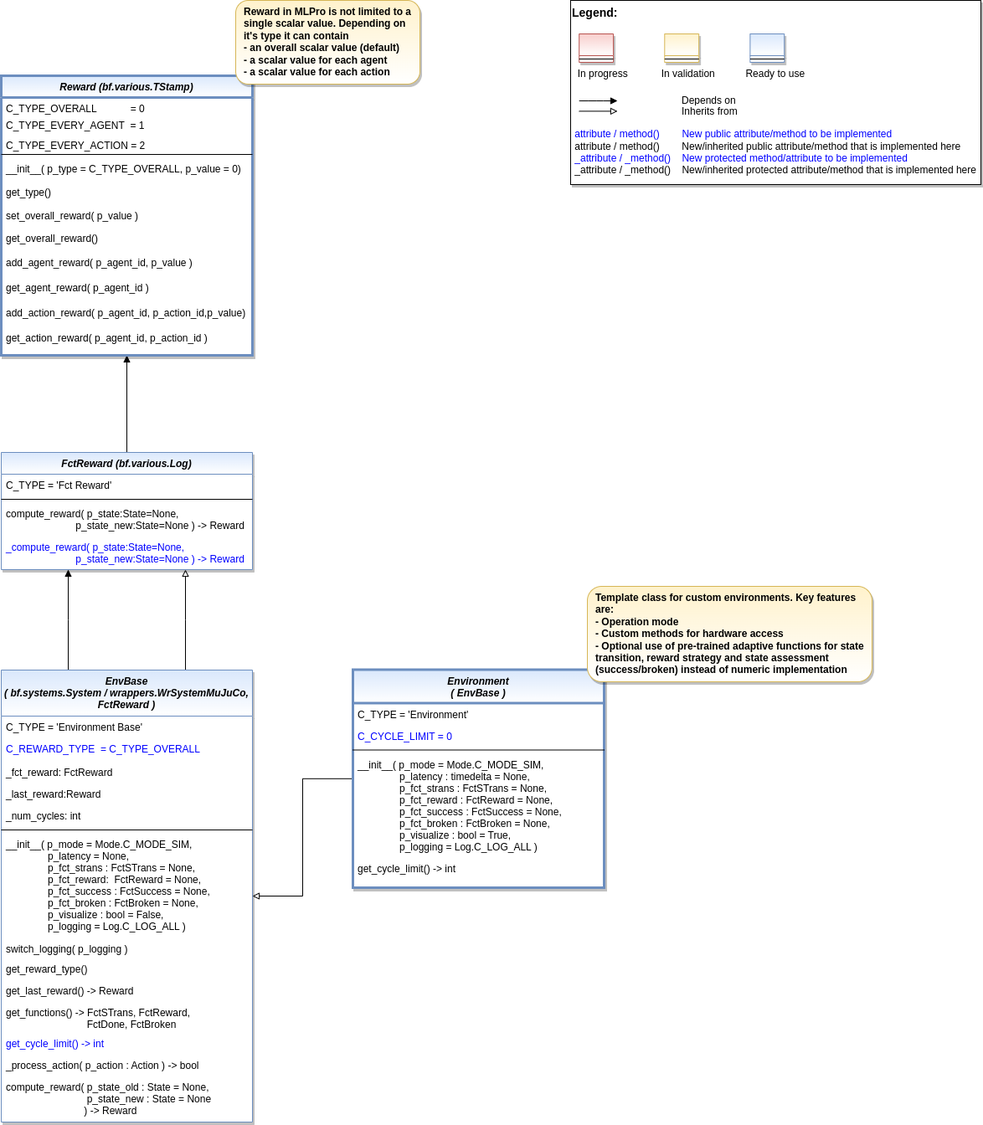
This is doc/rtd/content/04_appendices/appendix2/sub/core/images/rl/01_environments/MLPro-RL-Env_class_diagram.drawio.png from fhswf/MLPro, a draw.io export, as it was before one commit. Source tidied: cells renumbered, new cells last; positions are measured from the earlier drawing's top-left corner, leaving out a move shared by most shapes.
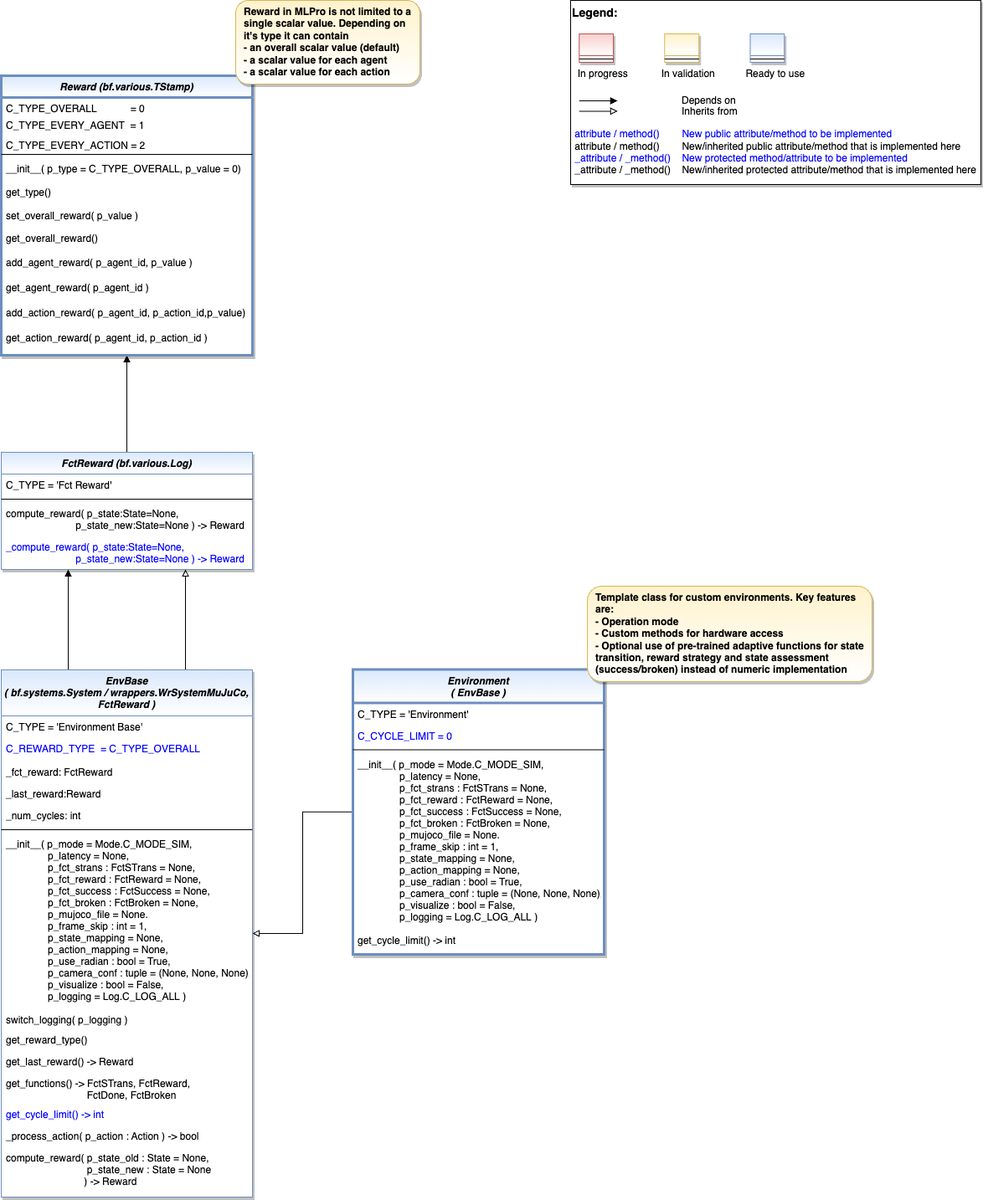
The same file after the commit.

Commit message:
add implementation on environment level, edit its diagram

Change to the diagram source:
```diff
@@ -22,7 +22,7 @@
       </mxGeometry>
     </mxCell>
     <mxCell id="5" value="EnvBase &#10;( bf.systems.System / wrappers.WrSystemMuJuCo,&#10;FctReward )" style="swimlane;fontStyle=3;align=center;verticalAlign=top;horizontal=1;startSize=55;rounded=0;shadow=1;strokeWidth=1;fillColor=#dae8fc;strokeColor=#6c8ebf;gradientColor=#ffffff;swimlaneFillColor=#ffffff;" parent="1" vertex="1">
-      <mxGeometry y="800" width="300" height="540" as="geometry" />
+      <mxGeometry y="800" width="300" height="630" as="geometry" />
     </mxCell>
     <mxCell id="6" value="C_TYPE = 'Environment Base'" style="text;align=left;verticalAlign=top;spacingLeft=4;spacingRight=4;overflow=hidden;" parent="5" vertex="1">
       <mxGeometry y="55" width="300" height="26" as="geometry" />
@@ -42,29 +42,29 @@
     <mxCell id="11" style="line;html=1;strokeWidth=1;align=left;verticalAlign=middle;spacingTop=-1;spacingLeft=3;spacingRight=3;labelPosition=right;" parent="5" vertex="1">
       <mxGeometry y="187" width="300" height="8" as="geometry" />
     </mxCell>
-    <mxCell id="12" value="__init__( p_mode = Mode.C_MODE_SIM,&#10;               p_latency = None, &#10;               p_fct_strans : FctSTrans = None,&#10;               p_fct_reward:  FctReward = None,&#10;               p_fct_success : FctSuccess = None,&#10;               p_fct_broken : FctBroken = None,&#10;               p_visualize : bool = False,&#10;               p_logging = Log.C_LOG_ALL )" style="text;align=left;verticalAlign=top;spacingLeft=4;spacingRight=4;overflow=hidden;" parent="5" vertex="1">
-      <mxGeometry y="195" width="300" height="125" as="geometry" />
-    </mxCell>
+    <mxCell id="57" value="__init__( p_mode = Mode.C_MODE_SIM,&#10;               p_latency = None, &#10;               p_fct_strans : FctSTrans = None,&#10;               p_fct_reward : FctReward = None,&#10;               p_fct_success : FctSuccess = None,&#10;               p_fct_broken : FctBroken = None,&#10;               p_mujoco_file = None.&#10;               p_frame_skip : int = 1,&#10;               p_state_mapping = None,&#10;               p_action_mapping = None,&#10;               p_use_radian : bool = True,&#10;               p_camera_conf : tuple = (None, None, None),&#10;               p_visualize : bool = False,&#10;               p_logging = Log.C_LOG_ALL )" style="text;align=left;verticalAlign=top;spacingLeft=4;spacingRight=4;overflow=hidden;" parent="5" vertex="1">
+      <mxGeometry y="195" width="300" height="210" as="geometry" />
+    </mxCell>
     <mxCell id="13" value="switch_logging( p_logging )" style="text;align=left;verticalAlign=top;spacingLeft=4;spacingRight=4;overflow=hidden;" parent="5" vertex="1">
-      <mxGeometry y="320" width="300" height="24" as="geometry" />
+      <mxGeometry y="405" width="300" height="24" as="geometry" />
     </mxCell>
     <mxCell id="14" value="get_reward_type()" style="text;align=left;verticalAlign=top;spacingLeft=4;spacingRight=4;overflow=hidden;" parent="5" vertex="1">
-      <mxGeometry y="344" width="300" height="26" as="geometry" />
+      <mxGeometry y="429" width="300" height="26" as="geometry" />
     </mxCell>
     <mxCell id="15" value="get_last_reward() -&gt; Reward" style="text;align=left;verticalAlign=top;spacingLeft=4;spacingRight=4;overflow=hidden;" parent="5" vertex="1">
-      <mxGeometry y="370" width="300" height="26" as="geometry" />
+      <mxGeometry y="455" width="300" height="26" as="geometry" />
     </mxCell>
     <mxCell id="16" value="get_functions() -&gt; FctSTrans, FctReward,&#10;                             FctDone, FctBroken" style="text;align=left;verticalAlign=top;spacingLeft=4;spacingRight=4;overflow=hidden;" parent="5" vertex="1">
-      <mxGeometry y="396" width="300" height="37" as="geometry" />
+      <mxGeometry y="481" width="300" height="37" as="geometry" />
     </mxCell>
     <mxCell id="17" value="get_cycle_limit() -&gt; int" style="text;align=left;verticalAlign=top;spacingLeft=4;spacingRight=4;overflow=hidden;fontColor=#0000FF;" parent="5" vertex="1">
-      <mxGeometry y="433" width="300" height="26" as="geometry" />
+      <mxGeometry y="518" width="300" height="26" as="geometry" />
     </mxCell>
     <mxCell id="18" value="_process_action( p_action : Action ) -&gt; bool" style="text;align=left;verticalAlign=top;spacingLeft=4;spacingRight=4;overflow=hidden;" parent="5" vertex="1">
-      <mxGeometry y="459" width="300" height="26" as="geometry" />
+      <mxGeometry y="544" width="300" height="26" as="geometry" />
     </mxCell>
     <mxCell id="19" value="compute_reward( p_state_old : State = None,&#10;                             p_state_new : State = None&#10;                            ) -&gt; Reward" style="text;align=left;verticalAlign=top;spacingLeft=4;spacingRight=4;overflow=hidden;" parent="5" vertex="1">
-      <mxGeometry y="485" width="300" height="54" as="geometry" />
+      <mxGeometry y="570" width="300" height="54" as="geometry" />
     </mxCell>
     <mxCell id="20" style="group;" parent="1" vertex="1">
       <mxGeometry x="680" width="490" height="220" as="geometry" />
@@ -126,7 +126,7 @@
       <mxGeometry y="100" width="300" height="40" as="geometry" />
     </mxCell>
     <mxCell id="36" value="Environment &#10;( EnvBase )" style="swimlane;fontStyle=3;align=center;verticalAlign=top;horizontal=1;startSize=40;rounded=0;shadow=1;strokeWidth=3;fillColor=#dae8fc;strokeColor=#6c8ebf;gradientColor=#ffffff;swimlaneFillColor=#ffffff;" parent="1" vertex="1">
-      <mxGeometry x="420" y="799.5" width="300" height="260.5" as="geometry" />
+      <mxGeometry x="420" y="799.5" width="300" height="340.5" as="geometry" />
     </mxCell>
     <mxCell id="37" value="C_TYPE = 'Environment'" style="text;align=left;verticalAlign=top;spacingLeft=4;spacingRight=4;overflow=hidden;" parent="36" vertex="1">
       <mxGeometry y="40" width="300" height="26" as="geometry" />
@@ -137,11 +137,11 @@
     <mxCell id="39" style="line;html=1;strokeWidth=1;align=left;verticalAlign=middle;spacingTop=-1;spacingLeft=3;spacingRight=3;labelPosition=right;" parent="36" vertex="1">
       <mxGeometry y="92" width="300" height="8" as="geometry" />
     </mxCell>
-    <mxCell id="40" value="__init__( p_mode = Mode.C_MODE_SIM,&#10;               p_latency : timedelta = None, &#10;               p_fct_strans : FctSTrans = None,&#10;               p_fct_reward : FctReward = None,&#10;               p_fct_success : FctSuccess = None,&#10;               p_fct_broken : FctBroken = None,&#10;               p_visualize : bool = True,&#10;               p_logging = Log.C_LOG_ALL )" style="text;align=left;verticalAlign=top;spacingLeft=4;spacingRight=4;overflow=hidden;" parent="36" vertex="1">
-      <mxGeometry y="100" width="300" height="124" as="geometry" />
-    </mxCell>
+    <mxCell id="58" value="__init__( p_mode = Mode.C_MODE_SIM,&#10;               p_latency = None, &#10;               p_fct_strans : FctSTrans = None,&#10;               p_fct_reward : FctReward = None,&#10;               p_fct_success : FctSuccess = None,&#10;               p_fct_broken : FctBroken = None,&#10;               p_mujoco_file = None.&#10;               p_frame_skip : int = 1,&#10;               p_state_mapping = None,&#10;               p_action_mapping = None,&#10;               p_use_radian : bool = True,&#10;               p_camera_conf : tuple = (None, None, None),&#10;               p_visualize : bool = False,&#10;               p_logging = Log.C_LOG_ALL )" style="text;align=left;verticalAlign=top;spacingLeft=4;spacingRight=4;overflow=hidden;" parent="36" vertex="1">
+      <mxGeometry y="100" width="300" height="210" as="geometry" />
+    </mxCell>
     <mxCell id="41" value="get_cycle_limit() -&gt; int" style="text;align=left;verticalAlign=top;spacingLeft=4;spacingRight=4;overflow=hidden;" parent="36" vertex="1">
-      <mxGeometry y="224" width="300" height="26" as="geometry" />
+      <mxGeometry y="310" width="300" height="26" as="geometry" />
     </mxCell>
     <mxCell id="42" value="Template class for custom environments. Key features are:&lt;br&gt;&lt;span style=&quot;background-color: initial;&quot;&gt;- Operation mode&lt;/span&gt;&lt;br&gt;&lt;span style=&quot;background-color: initial;&quot;&gt;- Custom methods for hardware access&lt;/span&gt;&lt;br&gt;&lt;span style=&quot;background-color: initial;&quot;&gt;- Optional use of pre-trained adaptive functions for state transition, reward strategy and state assessment (success/broken) instead of numeric implementation&lt;/span&gt;" style="rounded=1;whiteSpace=wrap;html=1;fillColor=#fff2cc;strokeColor=#d6b656;gradientColor=#FFFFFF;shadow=1;align=left;spacingLeft=8;fontStyle=1;verticalAlign=top;" parent="1" vertex="1">
       <mxGeometry x="700" y="700" width="340" height="114" as="geometry" />
```
